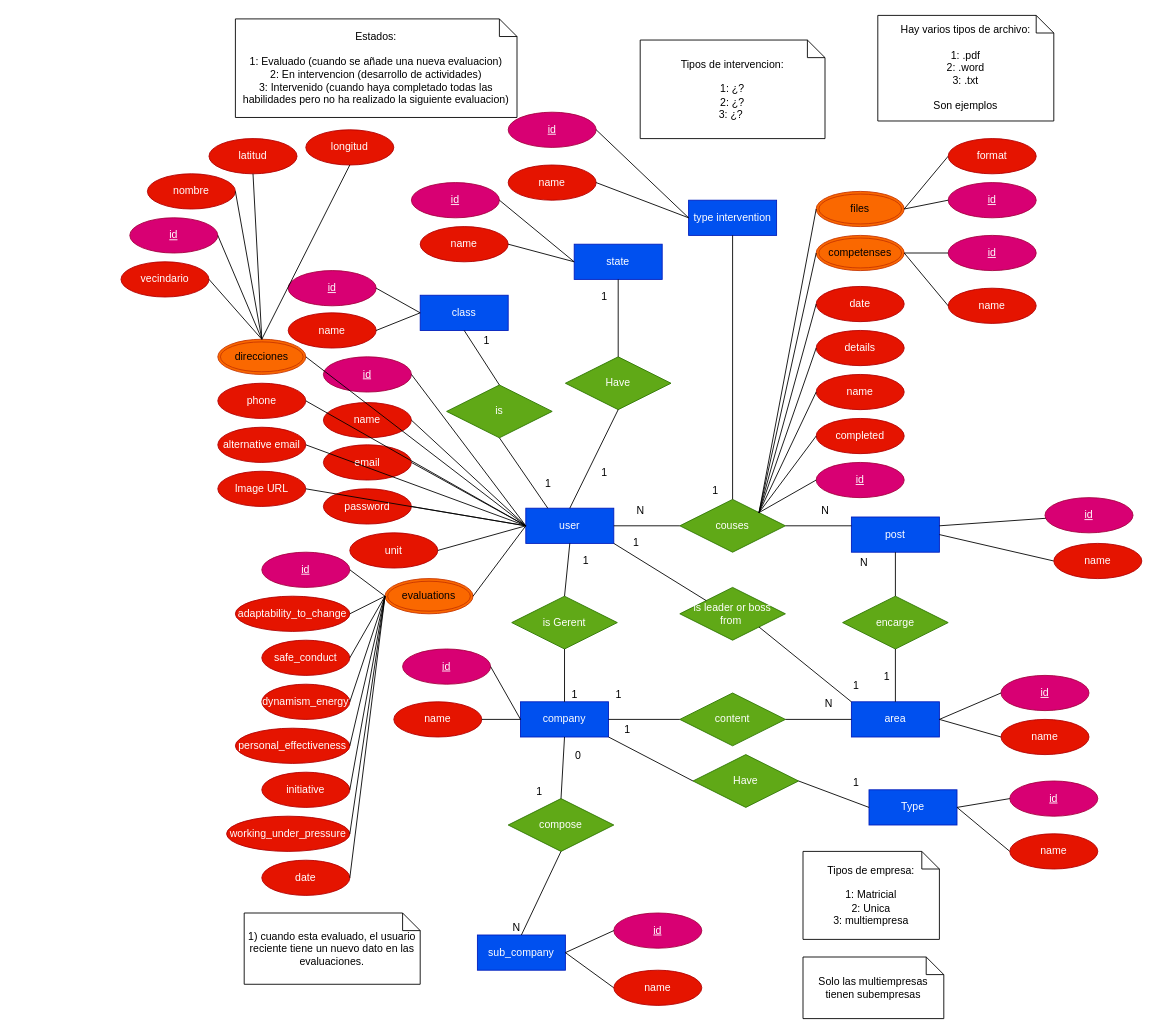
Before: theory/Base de datos.drawio in LosTraicionados/LosTraicionados-Backend, a draw.io diagram. Source tidied: cells renumbered, new cells numbered last; positions are measured from the earlier drawing's top-left corner, leaving out a move shared by most shapes. Both pictures are drawn from the tidied source at 88%, with x=0, y=0 at pixel (121, 15).
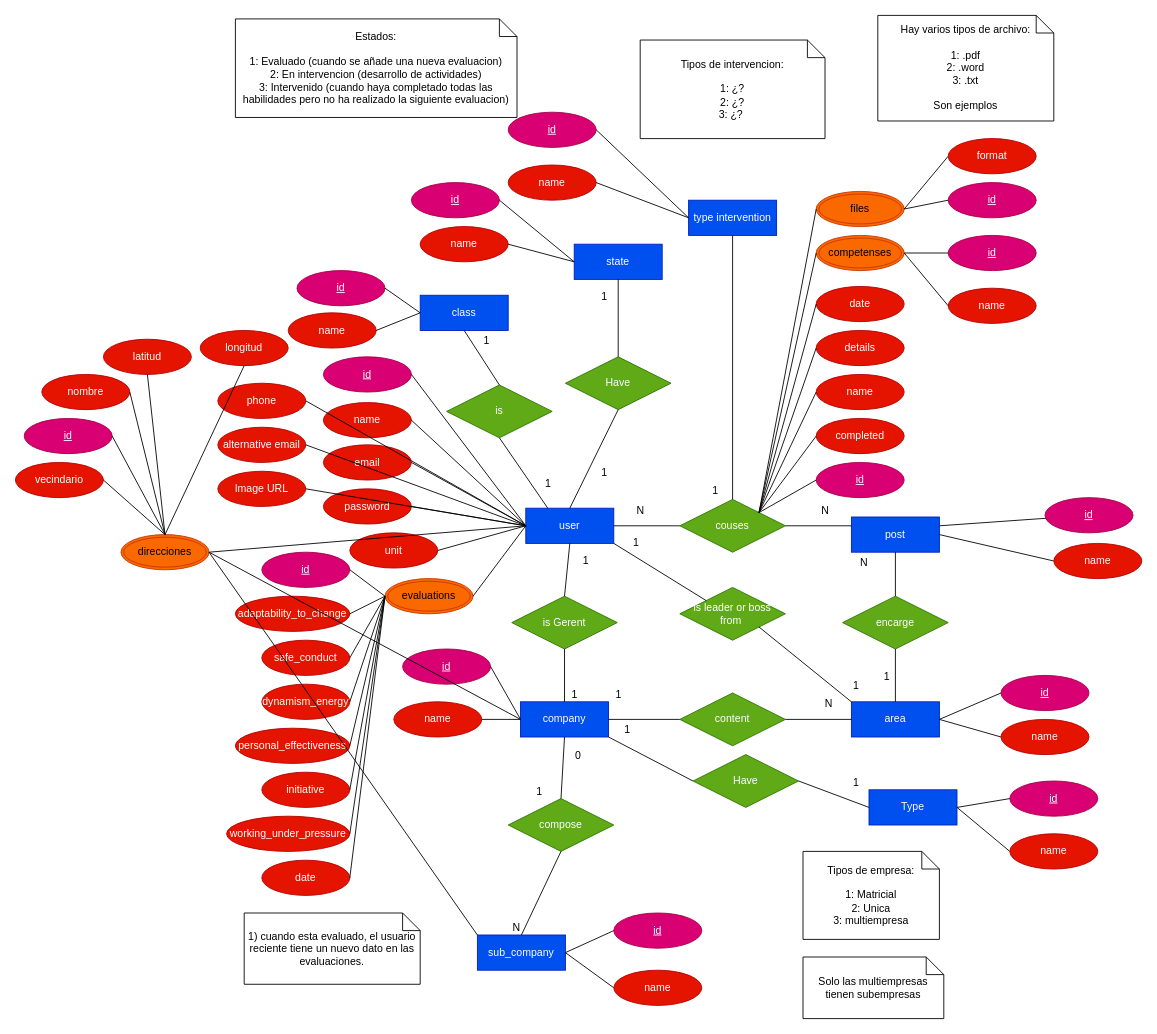
The same page after the edit.

Unchanged cells that the change refers to:
```xml
<mxCell id="7" value="company" style="whiteSpace=wrap;html=1;align=center;fillColor=#0050ef;fontColor=#ffffff;strokeColor=#001DBC;" parent="1" vertex="1">
  <mxGeometry x="454" y="780" width="100" height="40" as="geometry" />
</mxCell>
<mxCell id="18" value="sub_company" style="whiteSpace=wrap;html=1;align=center;fillColor=#0050ef;fontColor=#ffffff;strokeColor=#001DBC;" parent="1" vertex="1">
  <mxGeometry x="405" y="1045" width="100" height="40" as="geometry" />
</mxCell>
```

What changed in the source:
```diff
@@
     <mxCell id="127" value="id" style="ellipse;whiteSpace=wrap;html=1;align=center;fontStyle=4;fillColor=#d80073;fontColor=#ffffff;strokeColor=#A50040;" parent="1" vertex="1">
-      <mxGeometry x="190" y="290" width="100" height="40" as="geometry" />
+      <mxGeometry x="200" y="290" width="100" height="40" as="geometry" />
     </mxCell>
@@
     <mxCell id="153" value="direcciones" style="ellipse;shape=doubleEllipse;margin=3;whiteSpace=wrap;html=1;align=center;fillColor=#fa6800;fontColor=#000000;strokeColor=#C73500;" parent="1" vertex="1">
-      <mxGeometry x="110" y="368" width="100" height="40" as="geometry" />
+      <mxGeometry y="590" width="100" height="40" as="geometry" />
     </mxCell>
@@
     <mxCell id="155" value="latitud" style="ellipse;whiteSpace=wrap;html=1;align=center;fillColor=#e51400;fontColor=#ffffff;strokeColor=#B20000;fontStyle=0;" parent="1" vertex="1">
-      <mxGeometry x="100" y="140" width="100" height="40" as="geometry" />
+      <mxGeometry x="-20" y="368" width="100" height="40" as="geometry" />
     </mxCell>
     <mxCell id="156" value="longitud" style="ellipse;whiteSpace=wrap;html=1;align=center;fillColor=#e51400;fontColor=#ffffff;strokeColor=#B20000;fontStyle=0;" parent="1" vertex="1">
-      <mxGeometry x="210" y="130" width="100" height="40" as="geometry" />
+      <mxGeometry x="90" y="358" width="100" height="40" as="geometry" />
     </mxCell>
     <mxCell id="157" value="nombre" style="ellipse;whiteSpace=wrap;html=1;align=center;fillColor=#e51400;fontColor=#ffffff;strokeColor=#B20000;fontStyle=0;" parent="1" vertex="1">
-      <mxGeometry x="30" y="180" width="100" height="40" as="geometry" />
+      <mxGeometry x="-90" y="408" width="100" height="40" as="geometry" />
     </mxCell>
     <mxCell id="158" value="id" style="ellipse;whiteSpace=wrap;html=1;align=center;fontStyle=4;fillColor=#d80073;fontColor=#ffffff;strokeColor=#A50040;" parent="1" vertex="1">
-      <mxGeometry x="10" y="230" width="100" height="40" as="geometry" />
+      <mxGeometry x="-110" y="458" width="100" height="40" as="geometry" />
     </mxCell>
     <mxCell id="159" value="vecindario" style="ellipse;whiteSpace=wrap;html=1;align=center;fillColor=#e51400;fontColor=#ffffff;strokeColor=#B20000;fontStyle=0;" parent="1" vertex="1">
-      <mxGeometry y="280" width="100" height="40" as="geometry" />
+      <mxGeometry x="-120" y="508" width="100" height="40" as="geometry" />
     </mxCell>
@@
+    <mxCell id="165" style="endArrow=none;html=1;rounded=0;entryX=0;entryY=0.5;entryDx=0;entryDy=0;exitX=1;exitY=0.5;exitDx=0;exitDy=0;" parent="1" edge="1" source="153" target="7">
+      <mxGeometry relative="1" as="geometry" />
+    </mxCell>
+    <mxCell id="166" style="endArrow=none;html=1;rounded=0;exitX=1;exitY=0.5;exitDx=0;exitDy=0;entryX=0;entryY=0;entryDx=0;entryDy=0;" parent="1" edge="1" source="153" target="18">
+      <mxGeometry relative="1" as="geometry" />
+    </mxCell>
```
